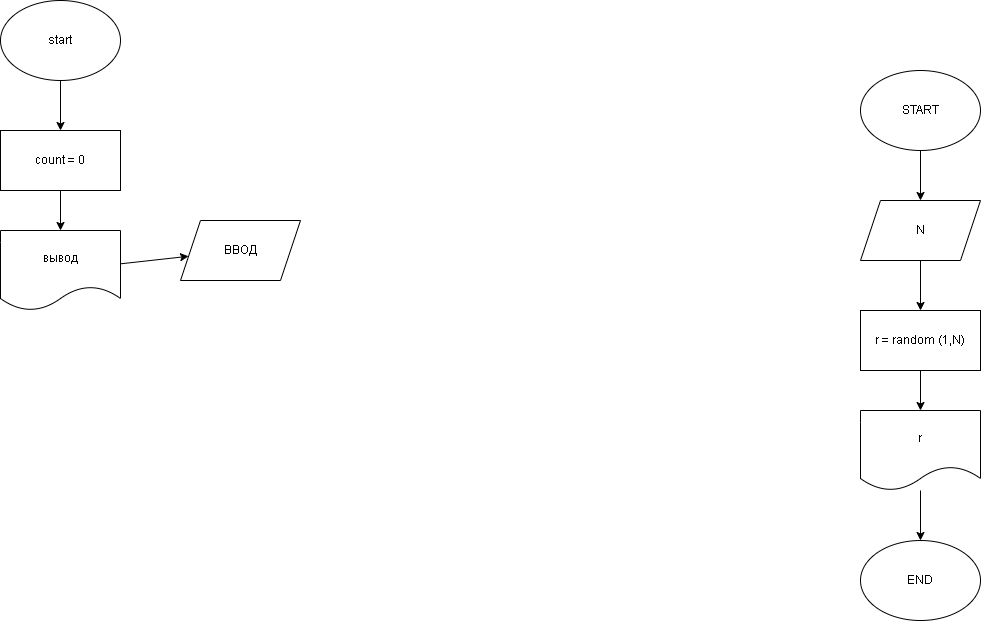
Above: ex000.drawio.png in KarenMadridista/practice_temp1 (draw.io), before the change. Source tidied: cells renumbered, new cells last; positions are measured from the earlier drawing's top-left corner, leaving out a move shared by most shapes.
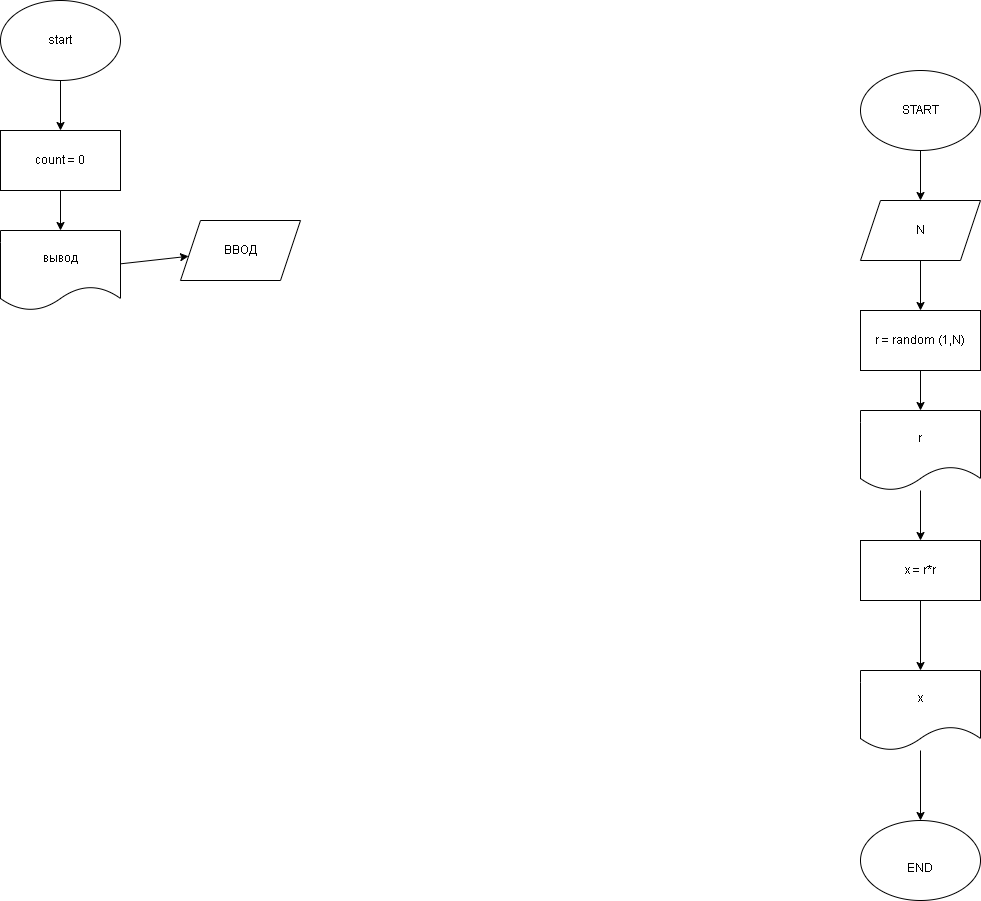
The same diagram one commit later.

Change to the diagram source:
```diff
@@ -41,14 +41,28 @@
     <mxCell id="14" value="r = random (1,N)" style="rounded=0;whiteSpace=wrap;html=1;" parent="1" vertex="1">
       <mxGeometry x="860" y="310" width="120" height="60" as="geometry" />
     </mxCell>
-    <mxCell id="15" style="edgeStyle=none;html=1;" parent="1" edge="1" source="16" target="17">
-      <mxGeometry relative="1" as="geometry" />
+    <mxCell id="15" style="edgeStyle=none;html=1;" parent="1" edge="1" source="16">
+      <mxGeometry relative="1" as="geometry">
+        <mxPoint x="920" y="540" as="targetPoint" />
+      </mxGeometry>
     </mxCell>
     <mxCell id="16" value="r" style="shape=document;whiteSpace=wrap;html=1;boundedLbl=1;" parent="1" vertex="1">
       <mxGeometry x="860" y="410" width="120" height="80" as="geometry" />
     </mxCell>
+    <mxCell id="18" style="edgeStyle=none;html=1;" parent="1" edge="1" source="19" target="21">
+      <mxGeometry relative="1" as="geometry" />
+    </mxCell>
+    <mxCell id="19" value="x = r*r" style="rounded=0;whiteSpace=wrap;html=1;" parent="1" vertex="1">
+      <mxGeometry x="860" y="540" width="120" height="60" as="geometry" />
+    </mxCell>
+    <mxCell id="20" style="edgeStyle=none;html=1;" parent="1" edge="1" source="21" target="17">
+      <mxGeometry relative="1" as="geometry" />
+    </mxCell>
+    <mxCell id="21" value="x" style="shape=document;whiteSpace=wrap;html=1;boundedLbl=1;" parent="1" vertex="1">
+      <mxGeometry x="860" y="670" width="120" height="80" as="geometry" />
+    </mxCell>
-    <mxCell id="17" value="END" style="ellipse;whiteSpace=wrap;html=1;" parent="1" vertex="1">
-      <mxGeometry x="860" y="540" width="120" height="80" as="geometry" />
+    <mxCell id="17" value="&lt;br&gt;END" style="ellipse;whiteSpace=wrap;html=1;" parent="1" vertex="1">
+      <mxGeometry x="860" y="820" width="120" height="80" as="geometry" />
     </mxCell>
   </root>
 </mxGraphModel>
```
